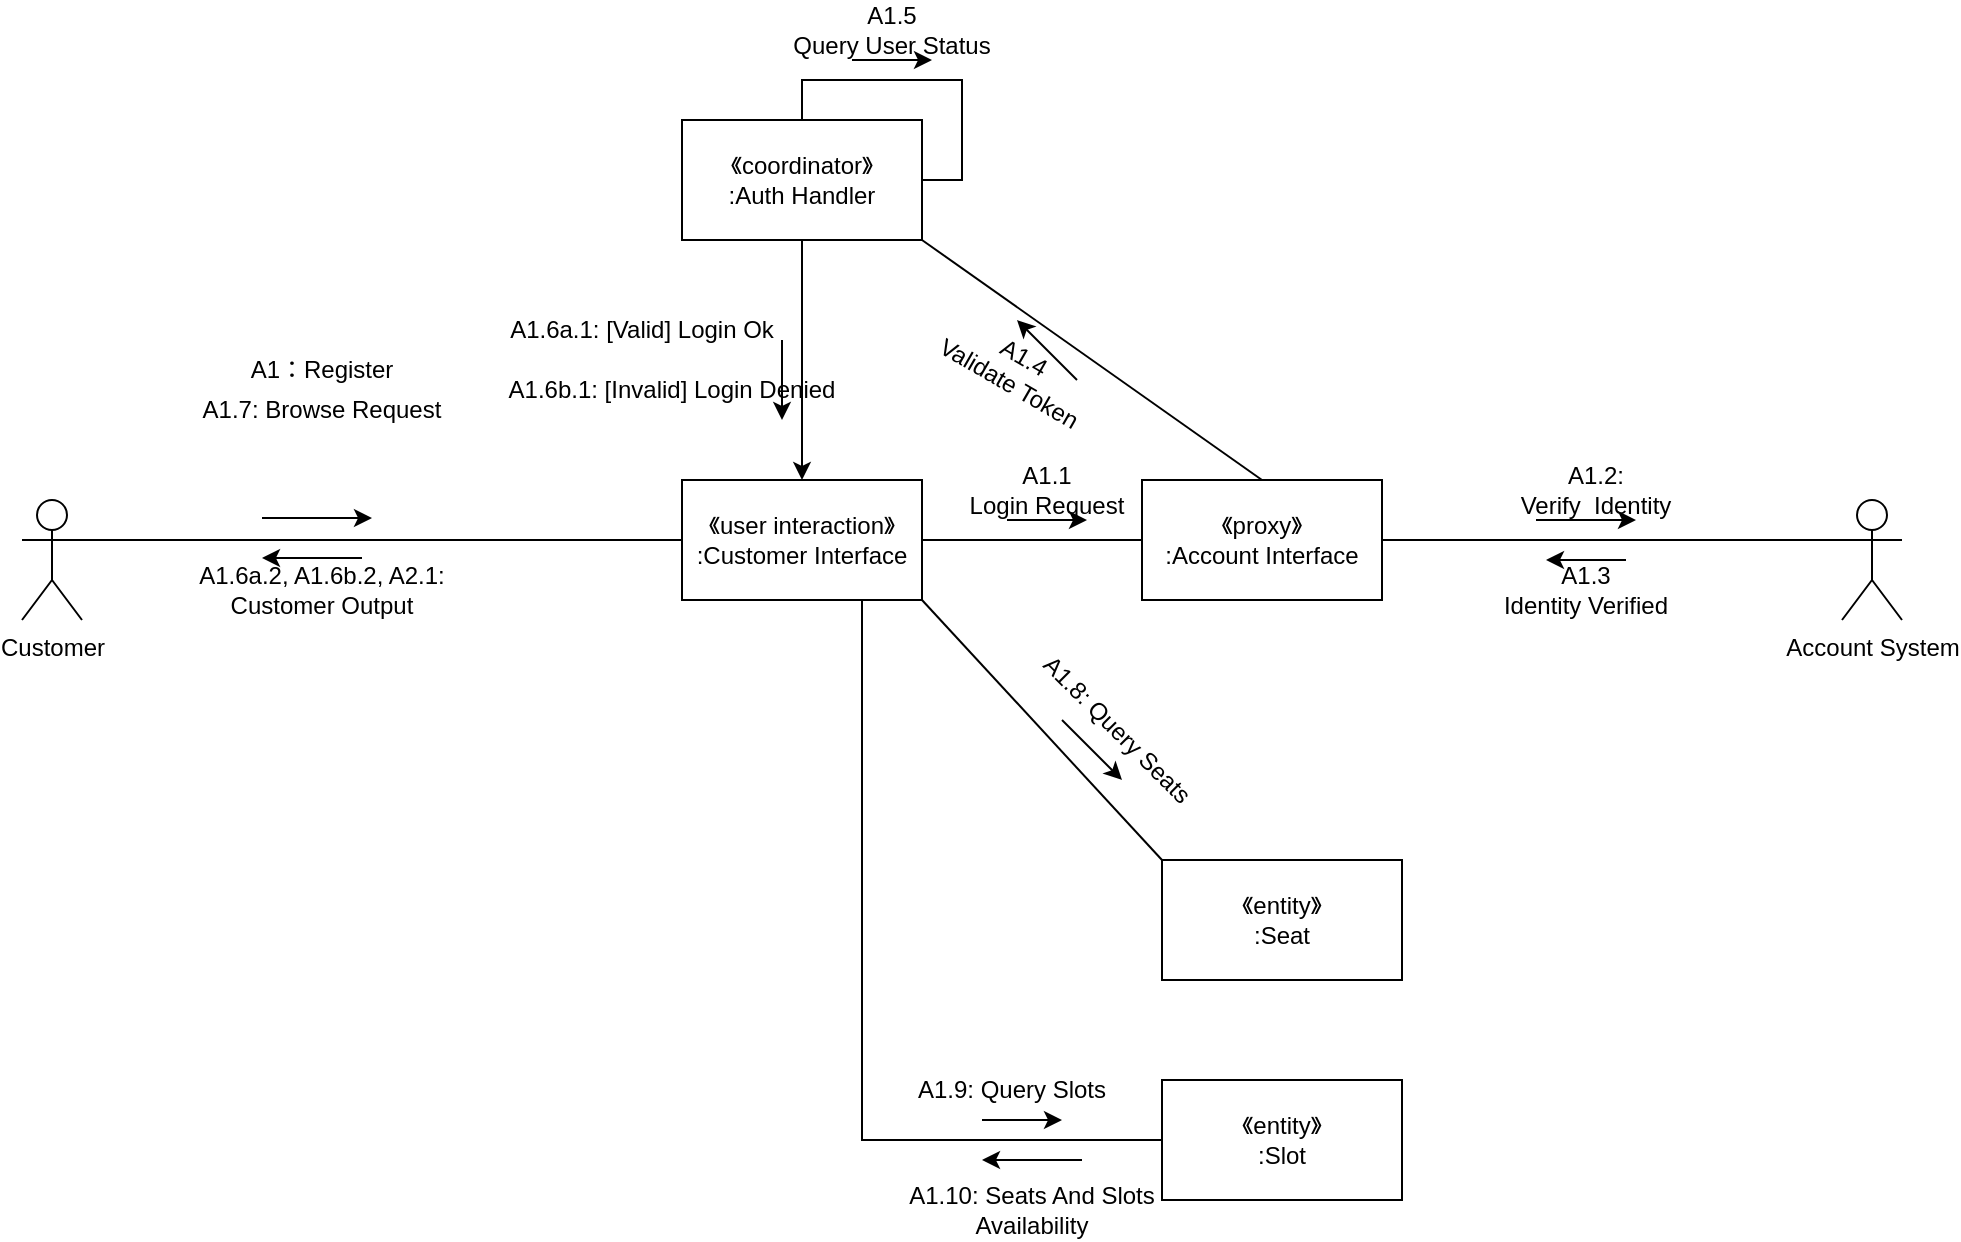
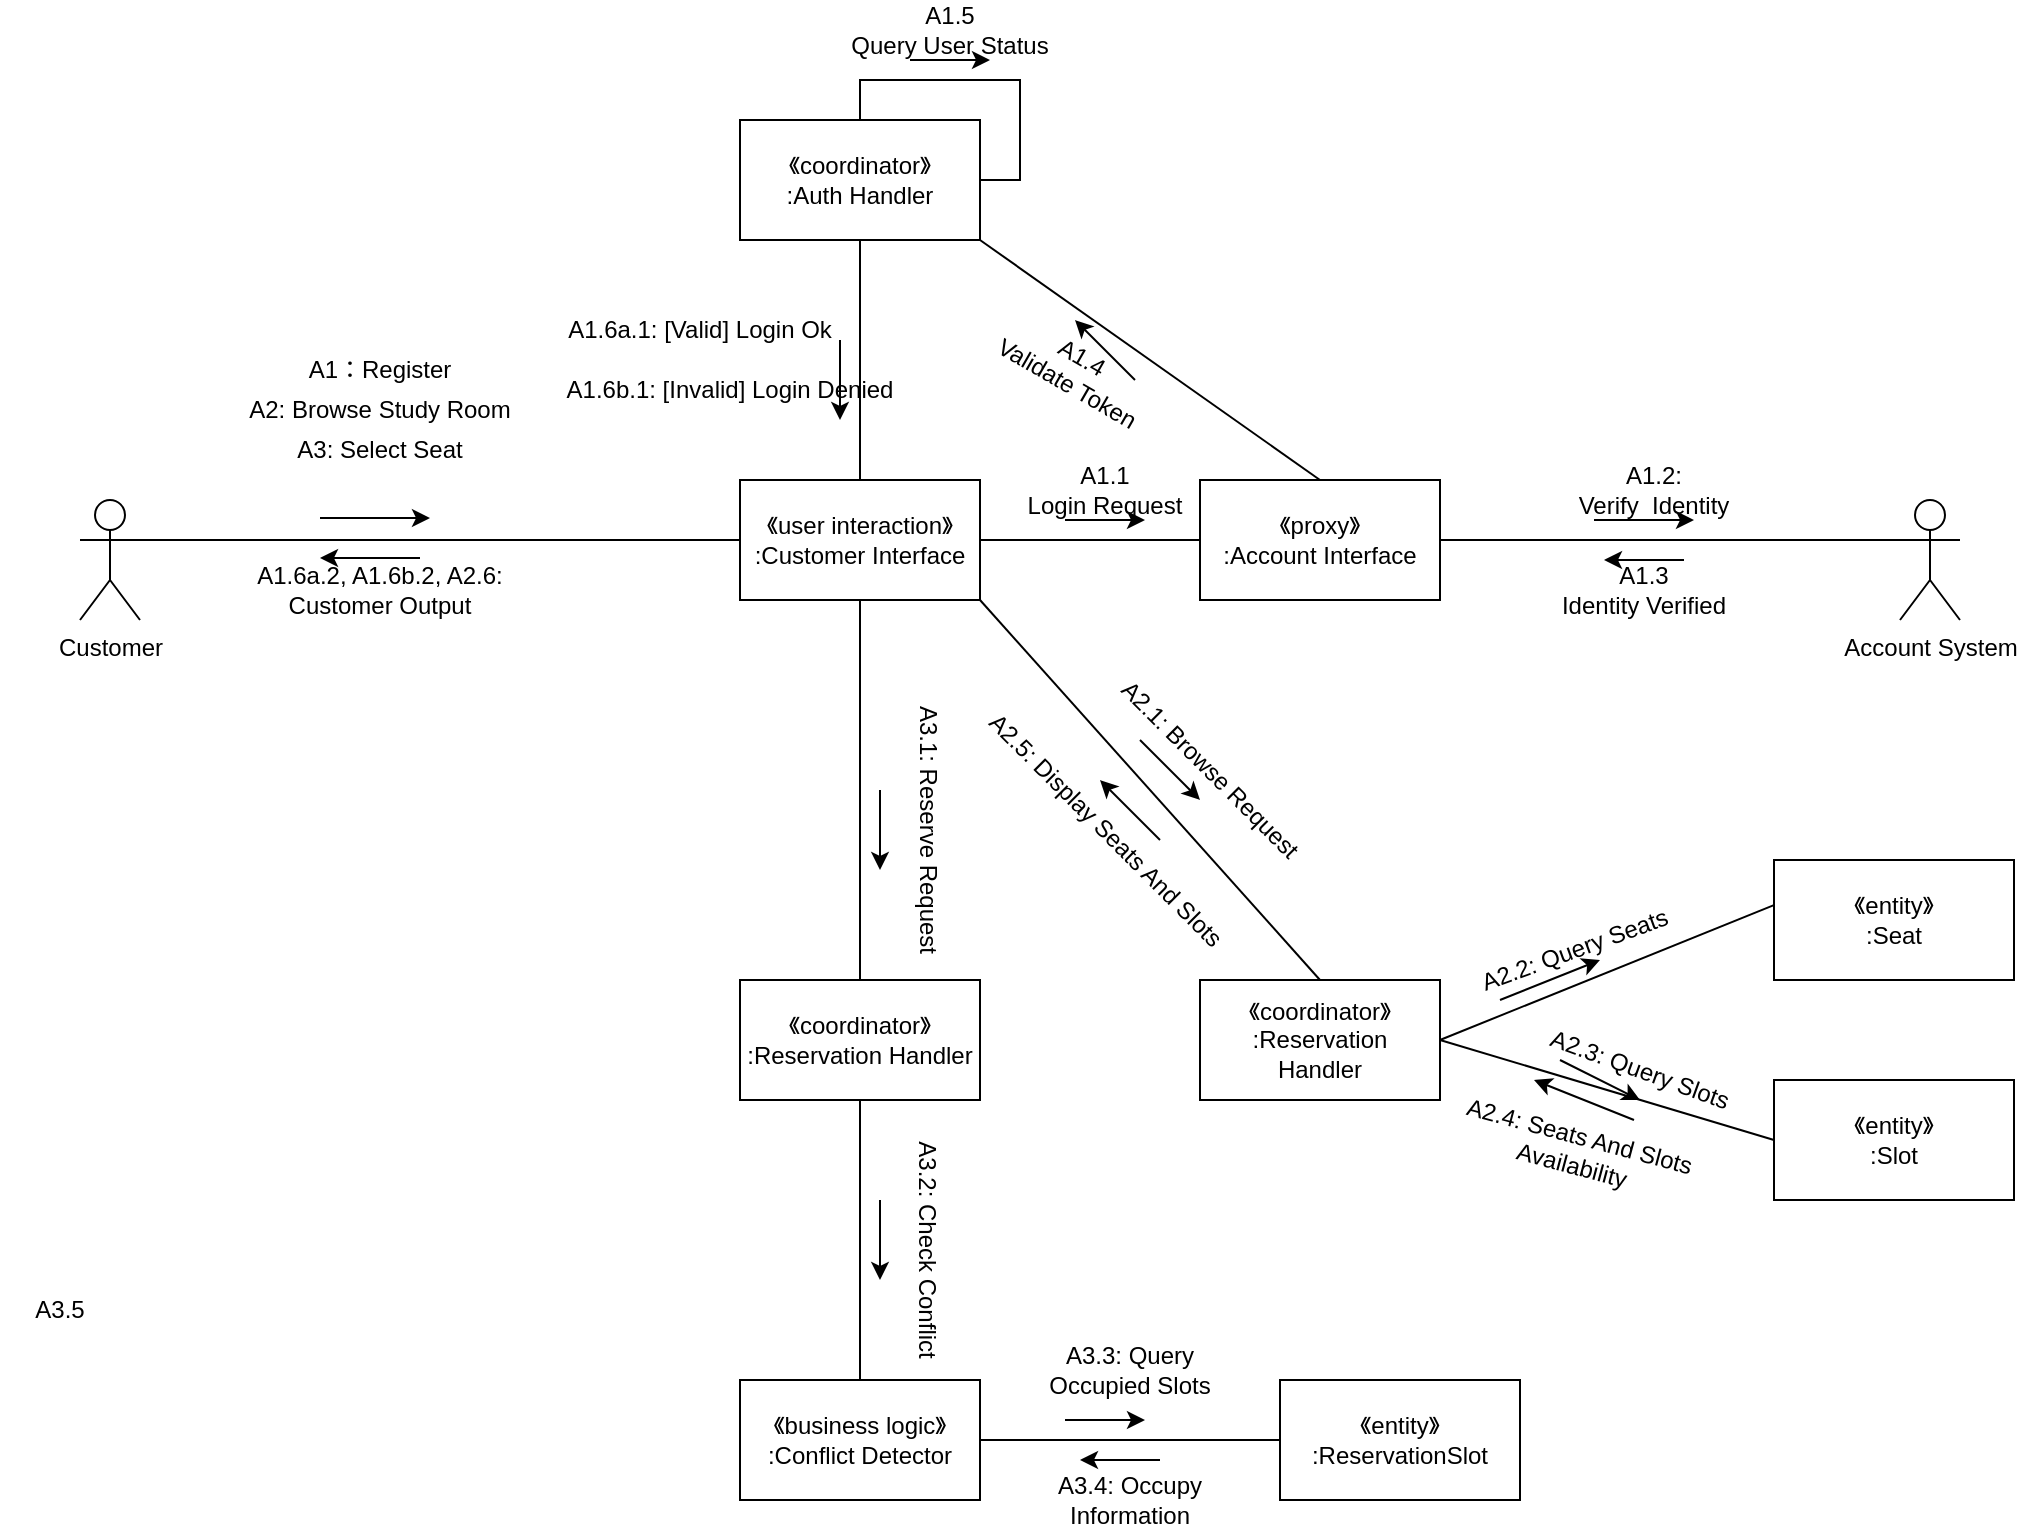
<mxfile host="app.diagrams.net">
  <diagram name="第 1 页" id="0fvnyInT-eeeKDGmK1tf">
    <mxGraphModel dx="2028" dy="1848" grid="1" gridSize="10" guides="1" tooltips="1" connect="1" arrows="1" fold="1" page="1" pageScale="1" pageWidth="827" pageHeight="1169" math="0" shadow="0">
      <root>
        <mxCell id="0" />
        <mxCell id="1" parent="0" />
        <mxCell id="HSB3jEuwdB-3hXmmfwrA-3" edge="1" parent="1" source="HSB3jEuwdB-3hXmmfwrA-1" style="rounded=0;orthogonalLoop=1;jettySize=auto;html=1;exitX=1;exitY=0.3333333333333333;exitDx=0;exitDy=0;exitPerimeter=0;entryX=0;entryY=0.5;entryDx=0;entryDy=0;endArrow=none;endFill=0;" target="HSB3jEuwdB-3hXmmfwrA-2">
          <mxGeometry relative="1" as="geometry" />
        </mxCell>
        <mxCell id="HSB3jEuwdB-3hXmmfwrA-1" parent="1" style="shape=umlActor;verticalLabelPosition=bottom;verticalAlign=top;html=1;outlineConnect=0;" value="Customer" vertex="1">
          <mxGeometry height="60" width="30" x="-10" y="70" as="geometry" />
        </mxCell>
-         <mxCell id="-UTidUUiqGya03k49UKU-11" edge="1" parent="1" source="HSB3jEuwdB-3hXmmfwrA-2" style="rounded=0;orthogonalLoop=1;jettySize=auto;html=1;exitX=1;exitY=1;exitDx=0;exitDy=0;entryX=0;entryY=0;entryDx=0;entryDy=0;endArrow=none;endFill=0;" target="-UTidUUiqGya03k49UKU-10">
-           <mxGeometry relative="1" as="geometry" />
-         </mxCell>
-         <mxCell id="-UTidUUiqGya03k49UKU-16" edge="1" parent="1" source="HSB3jEuwdB-3hXmmfwrA-2" style="rounded=0;orthogonalLoop=1;jettySize=auto;html=1;exitX=0.75;exitY=1;exitDx=0;exitDy=0;entryX=0;entryY=0.5;entryDx=0;entryDy=0;endArrow=none;endFill=0;edgeStyle=orthogonalEdgeStyle;" target="-UTidUUiqGya03k49UKU-15">
-           <mxGeometry relative="1" as="geometry" />
-         </mxCell>
        <mxCell id="-UTidUUiqGya03k49UKU-26" edge="1" parent="1" source="HSB3jEuwdB-3hXmmfwrA-2" style="rounded=0;orthogonalLoop=1;jettySize=auto;html=1;exitX=1;exitY=0.5;exitDx=0;exitDy=0;entryX=0;entryY=0.5;entryDx=0;entryDy=0;endArrow=none;endFill=0;" target="-UTidUUiqGya03k49UKU-25">
+           <mxGeometry relative="1" as="geometry" />
+         </mxCell>
+         <mxCell id="-UTidUUiqGya03k49UKU-35" edge="1" parent="1" source="HSB3jEuwdB-3hXmmfwrA-2" style="rounded=0;orthogonalLoop=1;jettySize=auto;html=1;exitX=1;exitY=1;exitDx=0;exitDy=0;entryX=0.5;entryY=0;entryDx=0;entryDy=0;endArrow=none;endFill=0;" target="-UTidUUiqGya03k49UKU-34">
+           <mxGeometry relative="1" as="geometry" />
+         </mxCell>
+         <mxCell id="-UTidUUiqGya03k49UKU-45" edge="1" parent="1" source="HSB3jEuwdB-3hXmmfwrA-2" style="rounded=0;orthogonalLoop=1;jettySize=auto;html=1;exitX=0.5;exitY=1;exitDx=0;exitDy=0;entryX=0.5;entryY=0;entryDx=0;entryDy=0;endArrow=none;endFill=0;" target="-UTidUUiqGya03k49UKU-44">
          <mxGeometry relative="1" as="geometry" />
        </mxCell>
        <mxCell id="HSB3jEuwdB-3hXmmfwrA-2" parent="1" style="rounded=0;whiteSpace=wrap;html=1;" value="&lt;div&gt;《user interaction》&lt;/div&gt;&lt;div&gt;:Customer Interface&lt;/div&gt;" vertex="1">
          <mxGeometry height="60" width="120" x="320" y="60" as="geometry" />
        </mxCell>
        <mxCell id="HSB3jEuwdB-3hXmmfwrA-4" parent="1" style="text;html=1;whiteSpace=wrap;strokeColor=none;fillColor=none;align=center;verticalAlign=middle;rounded=0;" value="&lt;div&gt;A1：Register&lt;/div&gt;" vertex="1">
          <mxGeometry height="30" width="130" x="75" y="-10" as="geometry" />
        </mxCell>
        <mxCell id="HSB3jEuwdB-3hXmmfwrA-5" edge="1" parent="1" style="endArrow=classic;html=1;rounded=0;" value="">
          <mxGeometry height="50" relative="1" width="50" as="geometry">
            <mxPoint x="110" y="79" as="sourcePoint" />
            <mxPoint x="165" y="79" as="targetPoint" />
          </mxGeometry>
        </mxCell>
        <mxCell id="HSB3jEuwdB-3hXmmfwrA-8" edge="1" parent="1" style="endArrow=classic;html=1;rounded=0;" value="">
          <mxGeometry height="50" relative="1" width="50" as="geometry">
            <mxPoint x="747" y="80" as="sourcePoint" />
            <mxPoint x="797" y="80" as="targetPoint" />
          </mxGeometry>
        </mxCell>
        <mxCell id="HSB3jEuwdB-3hXmmfwrA-10" parent="1" style="text;html=1;whiteSpace=wrap;strokeColor=none;fillColor=none;align=center;verticalAlign=middle;rounded=0;" value="&lt;div&gt;A1.2:&lt;/div&gt;&lt;div&gt;Verify&amp;nbsp; Identity&lt;/div&gt;" vertex="1">
          <mxGeometry height="30" width="120" x="717" y="50" as="geometry" />
        </mxCell>
        <mxCell id="HSB3jEuwdB-3hXmmfwrA-11" parent="1" style="text;html=1;whiteSpace=wrap;strokeColor=none;fillColor=none;align=center;verticalAlign=middle;rounded=0;" value="&lt;div&gt;A1.3&lt;/div&gt;&lt;div&gt;Identity Verified&lt;/div&gt;" vertex="1">
          <mxGeometry height="30" width="110" x="717" y="100" as="geometry" />
        </mxCell>
        <mxCell id="HSB3jEuwdB-3hXmmfwrA-13" edge="1" parent="1" style="endArrow=classic;html=1;rounded=0;" value="">
          <mxGeometry height="50" relative="1" width="50" as="geometry">
            <mxPoint x="792" y="100" as="sourcePoint" />
            <mxPoint x="752" y="100" as="targetPoint" />
          </mxGeometry>
        </mxCell>
-         <mxCell id="-UTidUUiqGya03k49UKU-33" edge="1" parent="1" source="HSB3jEuwdB-3hXmmfwrA-14" style="edgeStyle=orthogonalEdgeStyle;rounded=0;orthogonalLoop=1;jettySize=auto;html=1;exitX=0.5;exitY=1;exitDx=0;exitDy=0;entryX=0.5;entryY=0;entryDx=0;entryDy=0;" target="HSB3jEuwdB-3hXmmfwrA-2">
+         <mxCell id="-UTidUUiqGya03k49UKU-33" edge="1" parent="1" source="HSB3jEuwdB-3hXmmfwrA-14" style="edgeStyle=orthogonalEdgeStyle;rounded=0;orthogonalLoop=1;jettySize=auto;html=1;exitX=0.5;exitY=1;exitDx=0;exitDy=0;entryX=0.5;entryY=0;entryDx=0;entryDy=0;endArrow=none;endFill=0;" target="HSB3jEuwdB-3hXmmfwrA-2">
          <mxGeometry relative="1" as="geometry" />
        </mxCell>
        <mxCell id="HSB3jEuwdB-3hXmmfwrA-14" parent="1" style="rounded=0;whiteSpace=wrap;html=1;" value="&lt;div&gt;《coordinator》&lt;/div&gt;&lt;div&gt;:Auth Handler&lt;/div&gt;" vertex="1">
          <mxGeometry height="60" width="120" x="320" y="-120" as="geometry" />
        </mxCell>
        <mxCell id="HSB3jEuwdB-3hXmmfwrA-16" parent="1" style="text;html=1;whiteSpace=wrap;strokeColor=none;fillColor=none;align=center;verticalAlign=middle;rounded=0;rotation=30;" value="&lt;div&gt;A1.4&lt;/div&gt;&lt;div&gt;Validate Token&lt;/div&gt;" vertex="1">
          <mxGeometry height="30" width="85" x="445" y="-10" as="geometry" />
        </mxCell>
        <mxCell id="HSB3jEuwdB-3hXmmfwrA-17" edge="1" parent="1" style="endArrow=classic;html=1;rounded=0;" value="">
          <mxGeometry height="50" relative="1" width="50" as="geometry">
            <mxPoint x="517.5" y="10" as="sourcePoint" />
            <mxPoint x="487.5" y="-20" as="targetPoint" />
          </mxGeometry>
        </mxCell>
        <mxCell id="HSB3jEuwdB-3hXmmfwrA-18" edge="1" parent="1" source="HSB3jEuwdB-3hXmmfwrA-14" style="rounded=0;orthogonalLoop=1;jettySize=auto;html=1;exitX=0.5;exitY=0;exitDx=0;exitDy=0;entryX=1;entryY=0.5;entryDx=0;entryDy=0;edgeStyle=orthogonalEdgeStyle;endArrow=none;endFill=0;" target="HSB3jEuwdB-3hXmmfwrA-14">
          <mxGeometry relative="1" as="geometry" />
        </mxCell>
        <mxCell id="HSB3jEuwdB-3hXmmfwrA-19" parent="1" style="text;html=1;whiteSpace=wrap;strokeColor=none;fillColor=none;align=center;verticalAlign=middle;rounded=0;" value="&lt;div&gt;A1.5&lt;/div&gt;&lt;div&gt;Query User Status&lt;/div&gt;" vertex="1">
          <mxGeometry height="30" width="150" x="350" y="-180" as="geometry" />
        </mxCell>
        <mxCell id="HSB3jEuwdB-3hXmmfwrA-20" edge="1" parent="1" style="endArrow=classic;html=1;rounded=0;" value="">
          <mxGeometry height="50" relative="1" width="50" as="geometry">
            <mxPoint x="405" y="-150" as="sourcePoint" />
            <mxPoint x="445" y="-150" as="targetPoint" />
          </mxGeometry>
        </mxCell>
        <mxCell id="-UTidUUiqGya03k49UKU-1" parent="1" style="text;html=1;whiteSpace=wrap;strokeColor=none;fillColor=none;align=center;verticalAlign=middle;rounded=0;rotation=0;" value="&lt;div&gt;A1.6a.1: [Valid] Login Ok&lt;/div&gt;" vertex="1">
          <mxGeometry height="30" width="140" x="230" y="-30" as="geometry" />
        </mxCell>
        <mxCell id="-UTidUUiqGya03k49UKU-2" parent="1" style="text;html=1;whiteSpace=wrap;strokeColor=none;fillColor=none;align=center;verticalAlign=middle;rounded=0;rotation=0;" value="A1.6b.1: [Invalid] Login Denied" vertex="1">
          <mxGeometry height="30" width="190" x="220" as="geometry" />
        </mxCell>
        <mxCell id="-UTidUUiqGya03k49UKU-5" edge="1" parent="1" style="endArrow=classic;html=1;rounded=0;" value="">
          <mxGeometry height="50" relative="1" width="50" as="geometry">
            <mxPoint x="370" y="-10" as="sourcePoint" />
            <mxPoint x="370" y="30" as="targetPoint" />
          </mxGeometry>
        </mxCell>
-         <mxCell id="-UTidUUiqGya03k49UKU-7" parent="1" style="text;html=1;whiteSpace=wrap;strokeColor=none;fillColor=none;align=center;verticalAlign=middle;rounded=0;" value="&lt;div&gt;A1.6a.2, A1.6b.2, A2.1:&lt;/div&gt;&lt;div&gt;Customer Output&lt;/div&gt;" vertex="1">
+         <mxCell id="-UTidUUiqGya03k49UKU-7" parent="1" style="text;html=1;whiteSpace=wrap;strokeColor=none;fillColor=none;align=center;verticalAlign=middle;rounded=0;" value="&lt;div&gt;A1.6a.2, A1.6b.2, A2.6:&lt;/div&gt;&lt;div&gt;Customer Output&lt;/div&gt;" vertex="1">
          <mxGeometry height="30" width="220" x="30" y="100" as="geometry" />
        </mxCell>
        <mxCell id="-UTidUUiqGya03k49UKU-8" edge="1" parent="1" style="endArrow=classic;html=1;rounded=0;" value="">
          <mxGeometry height="50" relative="1" width="50" as="geometry">
            <mxPoint x="160" y="99" as="sourcePoint" />
            <mxPoint x="110" y="99" as="targetPoint" />
          </mxGeometry>
        </mxCell>
-         <mxCell id="-UTidUUiqGya03k49UKU-9" parent="1" style="text;html=1;whiteSpace=wrap;strokeColor=none;fillColor=none;align=center;verticalAlign=middle;rounded=0;" value="A1.7: Browse Request" vertex="1">
+         <mxCell id="-UTidUUiqGya03k49UKU-9" parent="1" style="text;html=1;whiteSpace=wrap;strokeColor=none;fillColor=none;align=center;verticalAlign=middle;rounded=0;" value="A2: Browse Study Room" vertex="1">
          <mxGeometry height="30" width="260" x="10" y="10" as="geometry" />
        </mxCell>
        <mxCell id="-UTidUUiqGya03k49UKU-10" parent="1" style="rounded=0;whiteSpace=wrap;html=1;" value="&lt;div&gt;《entity》&lt;/div&gt;&lt;div&gt;:Seat&lt;/div&gt;" vertex="1">
-           <mxGeometry height="60" width="120" x="560" y="250" as="geometry" />
-         </mxCell>
-         <mxCell id="-UTidUUiqGya03k49UKU-12" parent="1" style="text;html=1;whiteSpace=wrap;strokeColor=none;fillColor=none;align=center;verticalAlign=middle;rounded=0;rotation=45;" value="A1.8: Query Seats" vertex="1">
-           <mxGeometry height="30" width="215" x="430" y="170" as="geometry" />
+           <mxGeometry height="60" width="120" x="837" y="250" as="geometry" />
+         </mxCell>
+         <mxCell id="-UTidUUiqGya03k49UKU-12" parent="1" style="text;html=1;whiteSpace=wrap;strokeColor=none;fillColor=none;align=center;verticalAlign=middle;rounded=0;rotation=-20;" value="A2.2: Query Seats" vertex="1">
+           <mxGeometry height="30" width="215" x="630" y="280" as="geometry" />
        </mxCell>
        <mxCell id="-UTidUUiqGya03k49UKU-14" edge="1" parent="1" style="endArrow=classic;html=1;rounded=0;" value="">
          <mxGeometry height="50" relative="1" width="50" as="geometry">
-             <mxPoint x="510" y="180" as="sourcePoint" />
-             <mxPoint x="540" y="210" as="targetPoint" />
+             <mxPoint x="700" y="320" as="sourcePoint" />
+             <mxPoint x="750" y="300" as="targetPoint" />
          </mxGeometry>
        </mxCell>
        <mxCell id="-UTidUUiqGya03k49UKU-15" parent="1" style="rounded=0;whiteSpace=wrap;html=1;" value="&lt;div&gt;《entity》&lt;/div&gt;&lt;div&gt;:Slot&lt;/div&gt;" vertex="1">
-           <mxGeometry height="60" width="120" x="560" y="360" as="geometry" />
-         </mxCell>
-         <mxCell id="-UTidUUiqGya03k49UKU-18" parent="1" style="text;html=1;whiteSpace=wrap;strokeColor=none;fillColor=none;align=center;verticalAlign=middle;rounded=0;" value="A1.9: Query Slots" vertex="1">
-           <mxGeometry height="30" width="150" x="410" y="350" as="geometry" />
+           <mxGeometry height="60" width="120" x="837" y="360" as="geometry" />
+         </mxCell>
+         <mxCell id="-UTidUUiqGya03k49UKU-18" parent="1" style="text;html=1;whiteSpace=wrap;strokeColor=none;fillColor=none;align=center;verticalAlign=middle;rounded=0;rotation=20;" value="A2.3: Query Slots" vertex="1">
+           <mxGeometry height="30" width="150" x="695" y="340" as="geometry" />
        </mxCell>
        <mxCell id="-UTidUUiqGya03k49UKU-19" edge="1" parent="1" style="endArrow=classic;html=1;rounded=0;" value="">
          <mxGeometry height="50" relative="1" width="50" as="geometry">
-             <mxPoint x="470" y="380" as="sourcePoint" />
-             <mxPoint x="510" y="380" as="targetPoint" />
-           </mxGeometry>
-         </mxCell>
-         <mxCell id="-UTidUUiqGya03k49UKU-20" parent="1" style="text;html=1;whiteSpace=wrap;strokeColor=none;fillColor=none;align=center;verticalAlign=middle;rounded=0;" value="A1.10: Seats And Slots Availability" vertex="1">
-           <mxGeometry height="30" width="150" x="420" y="410" as="geometry" />
+             <mxPoint x="730" y="350" as="sourcePoint" />
+             <mxPoint x="770" y="370" as="targetPoint" />
+           </mxGeometry>
+         </mxCell>
+         <mxCell id="-UTidUUiqGya03k49UKU-20" parent="1" style="text;html=1;whiteSpace=wrap;strokeColor=none;fillColor=none;align=center;verticalAlign=middle;rounded=0;rotation=15;" value="A2.4: Seats And Slots Availability" vertex="1">
+           <mxGeometry height="30" width="150" x="662.5" y="380" as="geometry" />
        </mxCell>
        <mxCell id="-UTidUUiqGya03k49UKU-21" edge="1" parent="1" style="endArrow=classic;html=1;rounded=0;" value="">
          <mxGeometry height="50" relative="1" width="50" as="geometry">
-             <mxPoint x="520" y="400" as="sourcePoint" />
-             <mxPoint x="470" y="400" as="targetPoint" />
+             <mxPoint x="767" y="380" as="sourcePoint" />
+             <mxPoint x="717" y="360" as="targetPoint" />
          </mxGeometry>
        </mxCell>
        <mxCell id="-UTidUUiqGya03k49UKU-32" edge="1" parent="1" source="-UTidUUiqGya03k49UKU-25" style="rounded=0;orthogonalLoop=1;jettySize=auto;html=1;exitX=0.5;exitY=0;exitDx=0;exitDy=0;entryX=1;entryY=1;entryDx=0;entryDy=0;endArrow=none;endFill=0;" target="HSB3jEuwdB-3hXmmfwrA-14">
          <mxGeometry relative="1" as="geometry" />
        </mxCell>
        <mxCell id="-UTidUUiqGya03k49UKU-25" parent="1" style="rounded=0;whiteSpace=wrap;html=1;" value="&lt;div&gt;《proxy》&lt;/div&gt;&lt;div&gt;:Account Interface&lt;/div&gt;" vertex="1">
          <mxGeometry height="60" width="120" x="550" y="60" as="geometry" />
        </mxCell>
        <mxCell id="-UTidUUiqGya03k49UKU-27" parent="1" style="text;html=1;whiteSpace=wrap;strokeColor=none;fillColor=none;align=center;verticalAlign=middle;rounded=0;" value="&lt;div&gt;A1.1&lt;/div&gt;&lt;div&gt;Login Request&lt;/div&gt;" vertex="1">
          <mxGeometry height="30" width="115" x="445" y="50" as="geometry" />
        </mxCell>
        <mxCell id="-UTidUUiqGya03k49UKU-28" edge="1" parent="1" style="endArrow=classic;html=1;rounded=0;" value="">
          <mxGeometry height="50" relative="1" width="50" as="geometry">
            <mxPoint x="482.5" y="80" as="sourcePoint" />
            <mxPoint x="522.5" y="80" as="targetPoint" />
          </mxGeometry>
        </mxCell>
        <mxCell id="-UTidUUiqGya03k49UKU-30" parent="1" style="shape=umlActor;verticalLabelPosition=bottom;verticalAlign=top;html=1;outlineConnect=0;" value="Account System" vertex="1">
          <mxGeometry height="60" width="30" x="900" y="70" as="geometry" />
        </mxCell>
        <mxCell id="-UTidUUiqGya03k49UKU-31" edge="1" parent="1" source="-UTidUUiqGya03k49UKU-25" style="edgeStyle=orthogonalEdgeStyle;rounded=0;orthogonalLoop=1;jettySize=auto;html=1;exitX=1;exitY=0.5;exitDx=0;exitDy=0;entryX=0;entryY=0.3333333333333333;entryDx=0;entryDy=0;entryPerimeter=0;endArrow=none;endFill=0;" target="-UTidUUiqGya03k49UKU-30">
          <mxGeometry relative="1" as="geometry" />
+         </mxCell>
+         <mxCell id="-UTidUUiqGya03k49UKU-39" edge="1" parent="1" source="-UTidUUiqGya03k49UKU-34" style="rounded=0;orthogonalLoop=1;jettySize=auto;html=1;exitX=1;exitY=0.5;exitDx=0;exitDy=0;entryX=0;entryY=0.5;entryDx=0;entryDy=0;endArrow=none;endFill=0;" target="-UTidUUiqGya03k49UKU-15">
+           <mxGeometry relative="1" as="geometry" />
+         </mxCell>
+         <mxCell id="-UTidUUiqGya03k49UKU-34" parent="1" style="rounded=0;whiteSpace=wrap;html=1;" value="&lt;div&gt;《coordinator》&lt;/div&gt;&lt;div&gt;:Reservation&lt;/div&gt;&lt;div&gt;Handler&lt;/div&gt;" vertex="1">
+           <mxGeometry height="60" width="120" x="550" y="310" as="geometry" />
+         </mxCell>
+         <mxCell id="-UTidUUiqGya03k49UKU-36" parent="1" style="text;html=1;whiteSpace=wrap;strokeColor=none;fillColor=none;align=center;verticalAlign=middle;rounded=0;rotation=45;" value="A2.1: Browse Request" vertex="1">
+           <mxGeometry height="30" width="130" x="490" y="190" as="geometry" />
+         </mxCell>
+         <mxCell id="-UTidUUiqGya03k49UKU-37" edge="1" parent="1" style="endArrow=classic;html=1;rounded=0;" value="">
+           <mxGeometry height="50" relative="1" width="50" as="geometry">
+             <mxPoint x="520" y="190" as="sourcePoint" />
+             <mxPoint x="550" y="220" as="targetPoint" />
+           </mxGeometry>
+         </mxCell>
+         <mxCell id="-UTidUUiqGya03k49UKU-38" edge="1" parent="1" source="-UTidUUiqGya03k49UKU-34" style="rounded=0;orthogonalLoop=1;jettySize=auto;html=1;exitX=1;exitY=0.5;exitDx=0;exitDy=0;entryX=-0.003;entryY=0.378;entryDx=0;entryDy=0;entryPerimeter=0;endArrow=none;endFill=0;" target="-UTidUUiqGya03k49UKU-10">
+           <mxGeometry relative="1" as="geometry" />
+         </mxCell>
+         <mxCell id="-UTidUUiqGya03k49UKU-41" parent="1" style="text;html=1;whiteSpace=wrap;strokeColor=none;fillColor=none;align=center;verticalAlign=middle;rounded=0;rotation=45;" value="A2.5: Display Seats And Slots" vertex="1">
+           <mxGeometry height="30" width="320" x="342.5" y="220" as="geometry" />
+         </mxCell>
+         <mxCell id="-UTidUUiqGya03k49UKU-42" edge="1" parent="1" style="endArrow=classic;html=1;rounded=0;" value="">
+           <mxGeometry height="50" relative="1" width="50" as="geometry">
+             <mxPoint x="530" y="240" as="sourcePoint" />
+             <mxPoint x="500" y="210" as="targetPoint" />
+           </mxGeometry>
+         </mxCell>
+         <mxCell id="-UTidUUiqGya03k49UKU-43" parent="1" style="text;html=1;whiteSpace=wrap;strokeColor=none;fillColor=none;align=center;verticalAlign=middle;rounded=0;" value="A3: Select Seat" vertex="1">
+           <mxGeometry height="30" width="100" x="90" y="30" as="geometry" />
+         </mxCell>
+         <mxCell id="-UTidUUiqGya03k49UKU-49" edge="1" parent="1" source="-UTidUUiqGya03k49UKU-44" style="rounded=0;orthogonalLoop=1;jettySize=auto;html=1;exitX=0.5;exitY=1;exitDx=0;exitDy=0;entryX=0.5;entryY=0;entryDx=0;entryDy=0;endArrow=none;endFill=0;" target="-UTidUUiqGya03k49UKU-48">
+           <mxGeometry relative="1" as="geometry" />
+         </mxCell>
+         <mxCell id="-UTidUUiqGya03k49UKU-44" parent="1" style="rounded=0;whiteSpace=wrap;html=1;" value="&lt;div&gt;《coordinator》&lt;/div&gt;&lt;div&gt;:Reservation Handler&lt;/div&gt;" vertex="1">
+           <mxGeometry height="60" width="120" x="320" y="310" as="geometry" />
+         </mxCell>
+         <mxCell id="-UTidUUiqGya03k49UKU-46" parent="1" style="text;html=1;whiteSpace=wrap;strokeColor=none;fillColor=none;align=center;verticalAlign=middle;rounded=0;rotation=90;" value="A3.1: Reserve Request" vertex="1">
+           <mxGeometry height="30" width="130" x="349" y="220" as="geometry" />
+         </mxCell>
+         <mxCell id="-UTidUUiqGya03k49UKU-47" edge="1" parent="1" style="endArrow=classic;html=1;rounded=0;" value="">
+           <mxGeometry height="50" relative="1" width="50" as="geometry">
+             <mxPoint x="390" y="215" as="sourcePoint" />
+             <mxPoint x="390" y="255" as="targetPoint" />
+           </mxGeometry>
+         </mxCell>
+         <mxCell id="-UTidUUiqGya03k49UKU-53" edge="1" parent="1" source="-UTidUUiqGya03k49UKU-48" style="rounded=0;orthogonalLoop=1;jettySize=auto;html=1;exitX=1;exitY=0.5;exitDx=0;exitDy=0;entryX=0;entryY=0.5;entryDx=0;entryDy=0;endArrow=none;endFill=0;" target="-UTidUUiqGya03k49UKU-52">
+           <mxGeometry relative="1" as="geometry" />
+         </mxCell>
+         <mxCell id="-UTidUUiqGya03k49UKU-48" parent="1" style="rounded=0;whiteSpace=wrap;html=1;" value="&lt;div&gt;《business logic》&lt;/div&gt;&lt;div&gt;:Conflict Detector&lt;/div&gt;" vertex="1">
+           <mxGeometry height="60" width="120" x="320" y="510" as="geometry" />
+         </mxCell>
+         <mxCell id="-UTidUUiqGya03k49UKU-50" parent="1" style="text;html=1;whiteSpace=wrap;strokeColor=none;fillColor=none;align=center;verticalAlign=middle;rounded=0;rotation=90;" value="A3.2: Check Conflict" vertex="1">
+           <mxGeometry height="30" width="115" x="356" y="430" as="geometry" />
+         </mxCell>
+         <mxCell id="-UTidUUiqGya03k49UKU-51" edge="1" parent="1" style="endArrow=classic;html=1;rounded=0;" value="">
+           <mxGeometry height="50" relative="1" width="50" as="geometry">
+             <mxPoint x="390" y="420" as="sourcePoint" />
+             <mxPoint x="390" y="460" as="targetPoint" />
+           </mxGeometry>
+         </mxCell>
+         <mxCell id="-UTidUUiqGya03k49UKU-52" parent="1" style="rounded=0;whiteSpace=wrap;html=1;" value="&lt;div&gt;《entity》&lt;/div&gt;&lt;div&gt;:ReservationSlot&lt;/div&gt;" vertex="1">
+           <mxGeometry height="60" width="120" x="590" y="510" as="geometry" />
+         </mxCell>
+         <mxCell id="-UTidUUiqGya03k49UKU-54" parent="1" style="text;html=1;whiteSpace=wrap;strokeColor=none;fillColor=none;align=center;verticalAlign=middle;rounded=0;" value="A3.3: Query Occupied Slots" vertex="1">
+           <mxGeometry height="30" width="90" x="470" y="490" as="geometry" />
+         </mxCell>
+         <mxCell id="-UTidUUiqGya03k49UKU-55" edge="1" parent="1" style="endArrow=classic;html=1;rounded=0;" value="">
+           <mxGeometry height="50" relative="1" width="50" as="geometry">
+             <mxPoint x="482.5" y="530" as="sourcePoint" />
+             <mxPoint x="522.5" y="530" as="targetPoint" />
+           </mxGeometry>
+         </mxCell>
+         <mxCell id="-UTidUUiqGya03k49UKU-56" parent="1" style="text;html=1;whiteSpace=wrap;strokeColor=none;fillColor=none;align=center;verticalAlign=middle;rounded=0;" value="A3.4: Occupy Information" vertex="1">
+           <mxGeometry height="30" width="110" x="460" y="554.5" as="geometry" />
+         </mxCell>
+         <mxCell id="-UTidUUiqGya03k49UKU-57" edge="1" parent="1" style="endArrow=classic;html=1;rounded=0;" value="">
+           <mxGeometry height="50" relative="1" width="50" as="geometry">
+             <mxPoint x="530" y="550" as="sourcePoint" />
+             <mxPoint x="490" y="550" as="targetPoint" />
+           </mxGeometry>
+         </mxCell>
+         <mxCell id="-UTidUUiqGya03k49UKU-58" parent="1" style="text;html=1;whiteSpace=wrap;strokeColor=none;fillColor=none;align=center;verticalAlign=middle;rounded=0;" value="A3.5" vertex="1">
+           <mxGeometry height="30" width="60" x="-50" y="460" as="geometry" />
        </mxCell>
      </root>
    </mxGraphModel>
  </diagram>
</mxfile>
